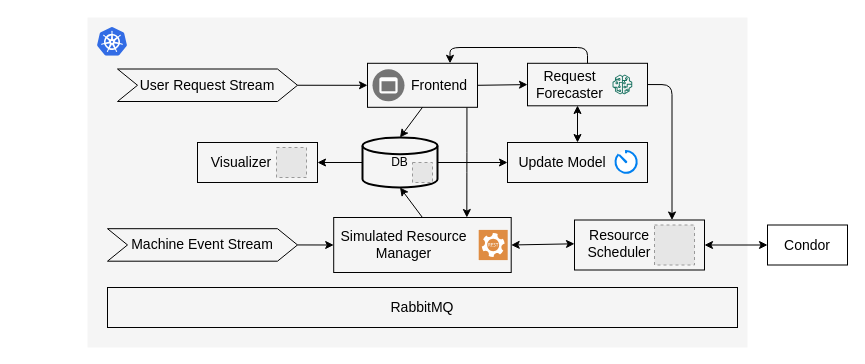
The draw.io diagram simulator/design/chameleon.drawio in VUZhuangweiKang/CHISim, before the edit. Source tidied: cells renumbered, new cells numbered last; positions are measured from the earlier drawing's top-left corner, leaving out a move shared by most shapes. Both pictures are drawn from the tidied source at 100%, with x=0, y=0 at pixel (87, 17). Pictures stored in the file or linked from it are replaced by grey dashed boxes.
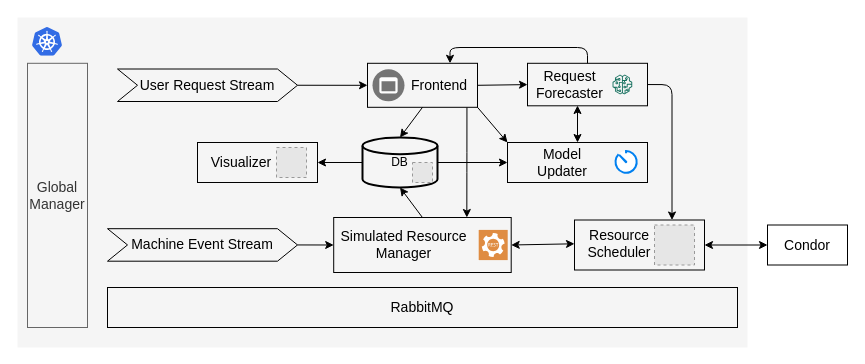
Above is the later version.

Unchanged cells that the change refers to:
```xml
<mxCell id="3" style="shadow=0;strokeWidth=1;rounded=0;absoluteArcSize=1;arcSize=2;fillColor=none;" parent="1" vertex="1">
  <mxGeometry x="280" y="45.8" width="110" height="44" as="geometry" />
</mxCell>
<mxCell id="21" style="group;fillColor=none;" parent="1" vertex="1">
  <mxGeometry x="420" y="125" width="140" height="40" as="geometry" />
</mxCell>
<mxCell id="22" style="rounded=0;whiteSpace=wrap;html=1;fillColor=none;" parent="21" vertex="1">
  <mxGeometry width="140" height="40" as="geometry" />
</mxCell>
```

The edit, as a diff of the source:
```diff
@@
     <mxCell id="2" style="rounded=0;whiteSpace=wrap;html=1;fillColor=#f5f5f5;fontColor=#333333;strokeColor=none;" parent="1" vertex="1">
-      <mxGeometry width="660" height="330" as="geometry" />
+      <mxGeometry x="-70" width="730" height="330" as="geometry" />
     </mxCell>
@@
-    <mxCell id="24" value="&lt;font style=&quot;font-size: 14px&quot;&gt;Update Model&lt;/font&gt;" style="text;html=1;strokeColor=none;fillColor=none;align=center;verticalAlign=middle;whiteSpace=wrap;rounded=0;" parent="21" vertex="1">
+    <mxCell id="24" value="&lt;font style=&quot;font-size: 14px&quot;&gt;Model Updater&lt;/font&gt;" style="text;html=1;strokeColor=none;fillColor=none;align=center;verticalAlign=middle;whiteSpace=wrap;rounded=0;" parent="21" vertex="1">
       <mxGeometry x="10" y="10" width="90" height="20" as="geometry" />
     </mxCell>
@@
     <mxCell id="37" style="html=1;align=center;image;fontSize=12;image=img/lib/mscae/Kubernetes.svg;" parent="1" vertex="1">
-      <mxGeometry x="10" y="10" width="30" height="28.8" as="geometry" />
+      <mxGeometry x="-55" y="10" width="30" height="28.8" as="geometry" />
     </mxCell>
@@
+    <mxCell id="45" style="endArrow=classic;html=1;exitX=1;exitY=1;exitDx=0;exitDy=0;entryX=0;entryY=0;entryDx=0;entryDy=0;" parent="1" edge="1" source="3" target="22">
+      <mxGeometry relative="1" as="geometry" />
+    </mxCell>
+    <mxCell id="46" value="&lt;font style=&quot;font-size: 14px&quot;&gt;Global Manager&lt;/font&gt;" style="rounded=0;whiteSpace=wrap;html=1;fillColor=#f5f5f5;strokeColor=#666666;fontColor=#333333;" parent="1" vertex="1">
+      <mxGeometry x="-60" y="45.8" width="60" height="264.2" as="geometry" />
+    </mxCell>
```
